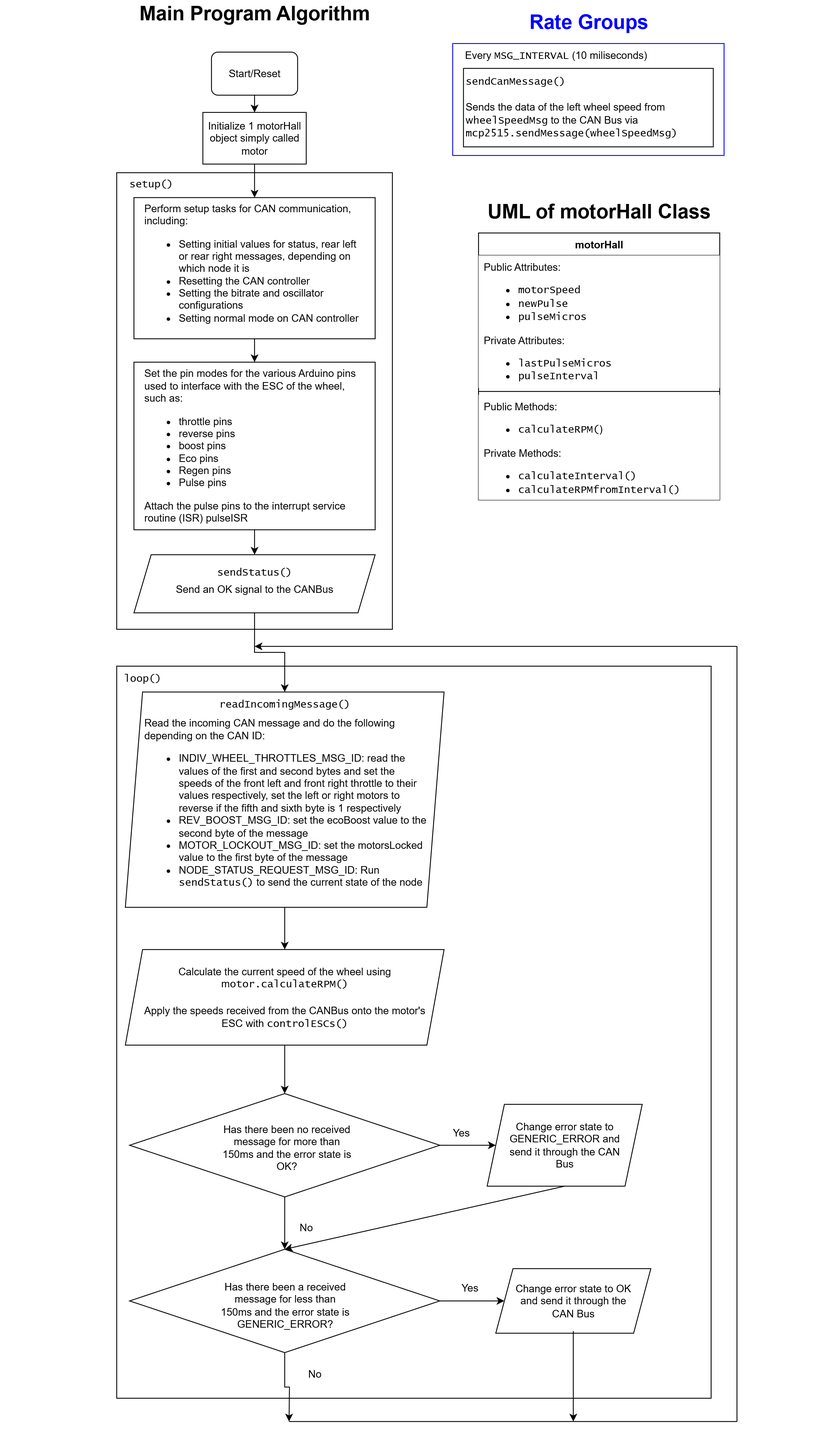
Above: docs/Explanations/img/RWAlgo.drawio.png in EV-Club-SUTD/evam-1-firmware (draw.io), before the change. Source tidied: cells renumbered, new cells last; positions are measured from the earlier drawing's top-left corner, leaving out a move shared by most shapes.
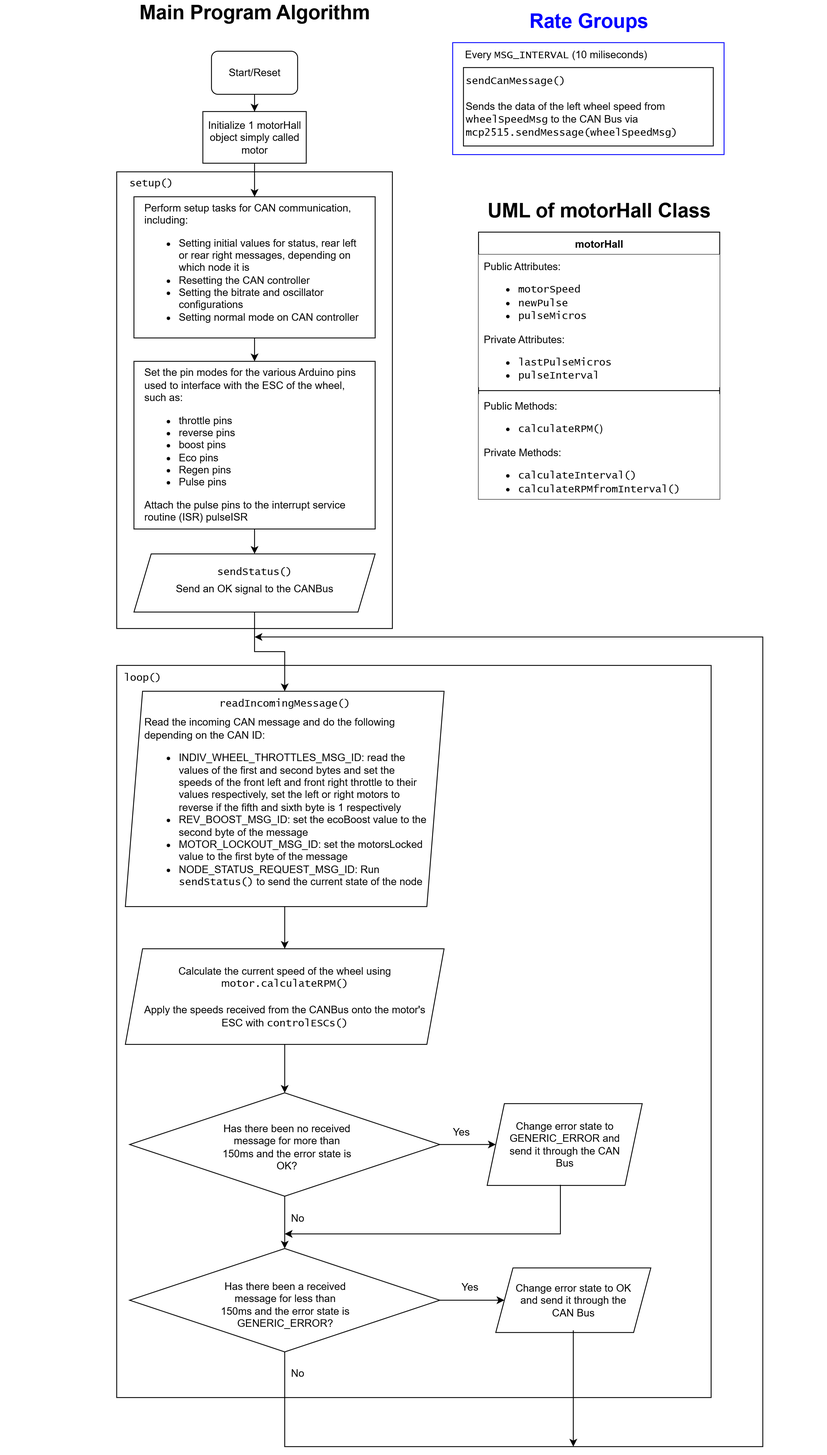
The same diagram one commit later.

Commit message:
Cleaned up the drawio diagrams of the RW modules.

What changed in the source:
```diff
@@ -50,24 +50,6 @@
     <mxCell id="17" value="sendStatus()" style="text;html=1;align=center;verticalAlign=middle;whiteSpace=wrap;rounded=0;fontFamily=Lucida Console;" parent="6" vertex="1">
       <mxGeometry x="110" y="450" width="100" height="30" as="geometry" />
     </mxCell>
-    <mxCell id="18" style="endArrow=none;html=1;rounded=0;" parent="1" edge="1">
-      <mxGeometry relative="1" as="geometry">
-        <mxPoint x="200" y="1650" as="sourcePoint" />
-        <mxPoint x="720" y="1650" as="targetPoint" />
-      </mxGeometry>
-    </mxCell>
-    <mxCell id="19" style="endArrow=none;html=1;rounded=0;" parent="1" edge="1">
-      <mxGeometry relative="1" as="geometry">
-        <mxPoint x="720" y="1650" as="sourcePoint" />
-        <mxPoint x="720" y="750" as="targetPoint" />
-      </mxGeometry>
-    </mxCell>
-    <mxCell id="20" style="endArrow=classic;html=1;rounded=0;" parent="1" edge="1">
-      <mxGeometry relative="1" as="geometry">
-        <mxPoint x="720" y="750" as="sourcePoint" />
-        <mxPoint x="160" y="750" as="targetPoint" />
-      </mxGeometry>
-    </mxCell>
     <mxCell id="21" style="group;rotation=90;" parent="1" vertex="1">
       <mxGeometry y="773" width="690" height="960" as="geometry" />
     </mxCell>
@@ -119,17 +101,32 @@
     <mxCell id="37" style="edgeStyle=orthogonalEdgeStyle;rounded=0;jettySize=auto;html=1;" parent="21" edge="1" source="39" target="43">
       <mxGeometry relative="1" as="geometry" />
     </mxCell>
-    <mxCell id="38" style="edgeStyle=orthogonalEdgeStyle;rounded=0;jettySize=auto;html=1;" parent="21" edge="1" source="39">
-      <mxGeometry relative="1" as="geometry">
-        <mxPoint x="200" y="877" as="targetPoint" />
-      </mxGeometry>
-    </mxCell>
+    <mxCell id="64" style="edgeStyle=orthogonalEdgeStyle;rounded=0;jettySize=auto;html=1;" parent="21" edge="1" source="39">
+      <mxGeometry relative="1" as="geometry">
+        <mxPoint x="160" y="-33" as="targetPoint" />
+        <Array as="points">
+          <mxPoint x="195" y="907" />
+          <mxPoint x="750" y="907" />
+          <mxPoint x="750" y="-33" />
+          <mxPoint x="160" y="-33" />
+        </Array>
+      </mxGeometry>
+    </mxCell>
     <mxCell id="39" style="rhombus;whiteSpace=wrap;html=1;" parent="21" vertex="1">
       <mxGeometry x="15" y="677" width="360" height="120" as="geometry" />
     </mxCell>
     <mxCell id="40" value="No" style="text;html=1;align=center;verticalAlign=middle;whiteSpace=wrap;rounded=0;" parent="21" vertex="1">
-      <mxGeometry x="190" y="637" width="60" height="30" as="geometry" />
+      <mxGeometry x="180" y="627" width="60" height="30" as="geometry" />
     </mxCell>
+    <mxCell id="65" style="edgeStyle=orthogonalEdgeStyle;rounded=0;orthogonalLoop=1;jettySize=auto;html=1;" parent="21" edge="1">
+      <mxGeometry relative="1" as="geometry">
+        <mxPoint x="515" y="603" as="sourcePoint" />
+        <mxPoint x="195" y="660" as="targetPoint" />
+        <Array as="points">
+          <mxPoint x="515" y="660" />
+        </Array>
+      </mxGeometry>
+    </mxCell>
     <mxCell id="41" value="Change error state to GENERIC_ERROR and send it through the CAN Bus" style="text;html=1;align=center;verticalAlign=middle;whiteSpace=wrap;rounded=0;" parent="21" vertex="1">
       <mxGeometry x="450" y="512.5" width="140" height="87.5" as="geometry" />
     </mxCell>
@@ -139,23 +136,17 @@
     <mxCell id="43" style="shape=parallelogram;perimeter=parallelogramPerimeter;whiteSpace=wrap;html=1;fixedSize=1;" parent="21" vertex="1">
       <mxGeometry x="440" y="699.5" width="180" height="75" as="geometry" />
     </mxCell>
-    <mxCell id="44" style="edgeStyle=orthogonalEdgeStyle;rounded=0;jettySize=auto;html=1;" parent="21" edge="1" source="45">
-      <mxGeometry relative="1" as="geometry">
-        <mxPoint x="530" y="877" as="targetPoint" />
-      </mxGeometry>
-    </mxCell>
+    <mxCell id="66" style="edgeStyle=orthogonalEdgeStyle;rounded=0;jettySize=auto;html=1;" parent="21" edge="1" source="45">
+      <mxGeometry relative="1" as="geometry">
+        <mxPoint x="530" y="907" as="targetPoint" />
+      </mxGeometry>
+    </mxCell>
     <mxCell id="45" value="Change error state to OK and send it through the CAN Bus" style="text;html=1;align=center;verticalAlign=middle;whiteSpace=wrap;rounded=0;" parent="21" vertex="1">
       <mxGeometry x="460" y="702" width="140" height="70" as="geometry" />
     </mxCell>
     <mxCell id="46" value="Yes" style="text;html=1;align=center;verticalAlign=middle;whiteSpace=wrap;rounded=0;" parent="21" vertex="1">
       <mxGeometry x="380" y="707" width="60" height="30" as="geometry" />
     </mxCell>
-    <mxCell id="47" style="endArrow=classic;html=1;rounded=0;exitX=0.5;exitY=1;exitDx=0;exitDy=0;entryX=0.5;entryY=0;entryDx=0;entryDy=0;" parent="21" edge="1" source="35" target="39">
-      <mxGeometry relative="1" as="geometry" />
-    </mxCell>
-    <mxCell id="48" value="No" style="text;html=1;align=center;verticalAlign=middle;whiteSpace=wrap;rounded=0;" parent="21" vertex="1">
-      <mxGeometry x="200" y="807" width="60" height="30" as="geometry" />
-    </mxCell>
     <mxCell id="49" style="edgeStyle=orthogonalEdgeStyle;rounded=0;jettySize=auto;html=1;entryX=0.5;entryY=0;entryDx=0;entryDy=0;" parent="1" edge="1" source="13" target="25">
       <mxGeometry relative="1" as="geometry">
         <Array as="points">
@@ -206,5 +197,8 @@
     <mxCell id="63" value="&lt;font face=&quot;Lucida Console&quot;&gt;sendCanMessage()&lt;/font&gt;&lt;div&gt;&lt;font face=&quot;Lucida Console&quot;&gt;&lt;br&gt;&lt;/font&gt;&lt;div&gt;Sends the data of the left wheel speed from w&lt;font face=&quot;Lucida Console&quot;&gt;heelSpeedMsg&lt;/font&gt;&amp;nbsp;to the CAN Bus via &lt;font face=&quot;Lucida Console&quot;&gt;mcp2515.sendMessage(w&lt;/font&gt;&lt;span style=&quot;font-family: &amp;quot;Lucida Console&amp;quot;; background-color: transparent; color: light-dark(rgb(0, 0, 0), rgb(255, 255, 255));&quot;&gt;heelSpeedMsg)&lt;/span&gt;&lt;/div&gt;&lt;/div&gt;" style="rounded=0;whiteSpace=wrap;html=1;align=left;" parent="59" vertex="1">
       <mxGeometry x="12.5" y="68.9" width="290" height="91.1" as="geometry" />
     </mxCell>
+    <mxCell id="48" value="No" style="text;html=1;align=center;verticalAlign=middle;whiteSpace=wrap;rounded=0;" parent="1" vertex="1">
+      <mxGeometry x="180" y="1580" width="60" height="30" as="geometry" />
+    </mxCell>
   </root>
 </mxGraphModel>
```
